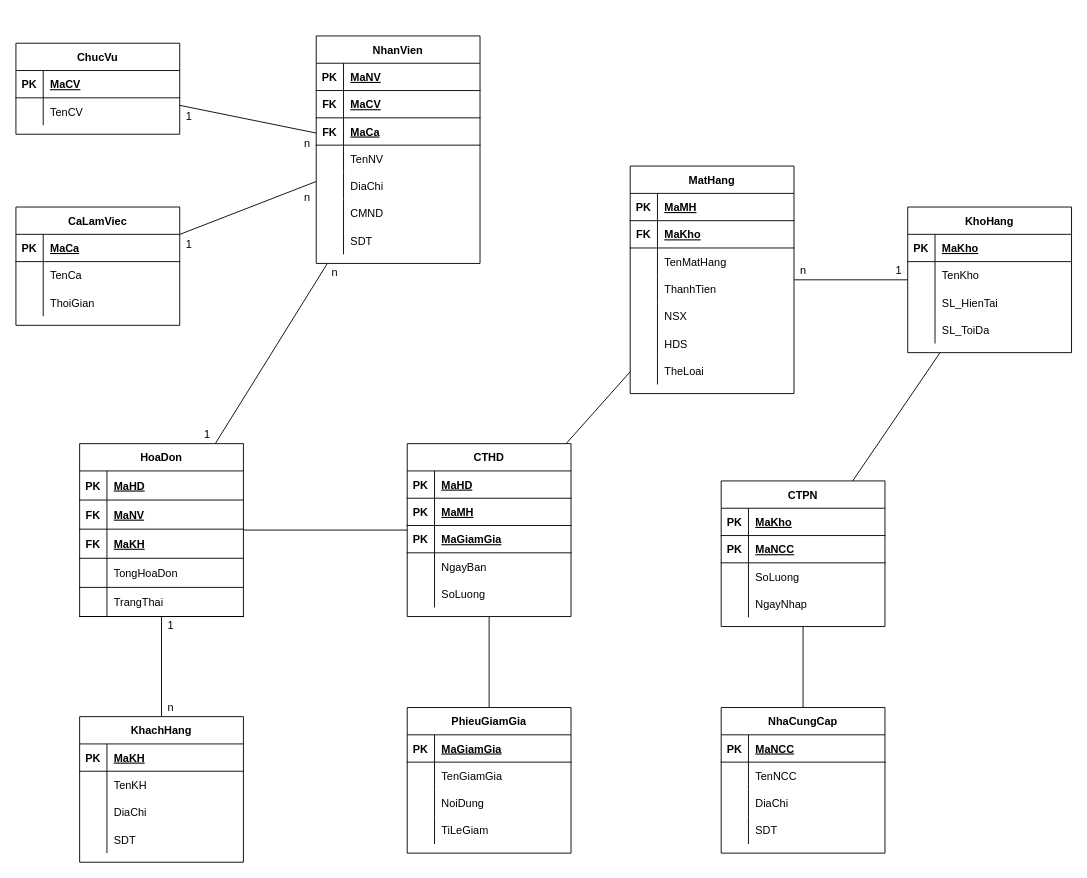
Above: docs/ERD_Table.drawio in EdgarIgnite16/Mini-Store-Manager (draw.io), before the change. Source tidied: cells renumbered, new cells numbered last; positions are measured from the earlier drawing's top-left corner, leaving out a move shared by most shapes. Both pictures are drawn from the tidied source at 91%, with x=0, y=0 at pixel (15, 15).
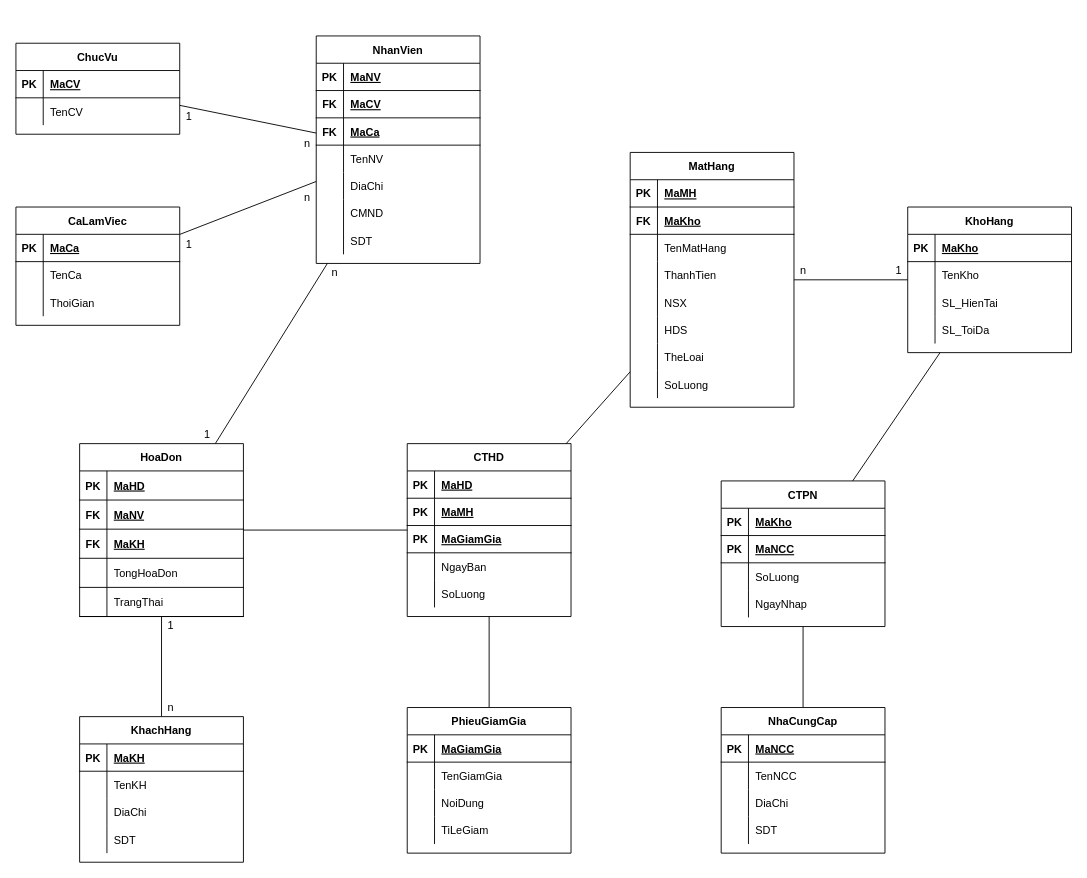
Above is the later version.

Diff of the diagram source:
```diff
@@
     <mxCell id="107" value="MatHang" style="shape=table;startSize=30;childLayout=tableLayout;rowLines=0;fontStyle=1;align=center;strokeColor=default;" parent="1" vertex="1">
-      <mxGeometry x="675" y="165" width="180" height="250" as="geometry" />
+      <mxGeometry x="675" y="150" width="180" height="280" as="geometry" />
     </mxCell>
@@
+    <mxCell id="184" style="shape=tableRow;horizontal=0;startSize=0;swimlaneHead=0;swimlaneBody=0;fillColor=none;top=0;left=0;right=0;bottom=0;strokeColor=default;" parent="107" vertex="1">
+      <mxGeometry y="240" width="180" height="30" as="geometry" />
+    </mxCell>
+    <mxCell id="185" style="shape=partialRectangle;fillColor=none;top=0;left=0;bottom=0;right=0;overflow=hidden;strokeColor=default;" parent="184" vertex="1">
+      <mxGeometry width="30" height="30" as="geometry" />
+    </mxCell>
+    <mxCell id="186" value="SoLuong" style="shape=partialRectangle;fillColor=none;top=0;left=0;bottom=0;right=0;align=left;spacingLeft=6;overflow=hidden;strokeColor=default;" parent="184" vertex="1">
+      <mxGeometry x="30" width="150" height="30" as="geometry" />
+    </mxCell>
```
